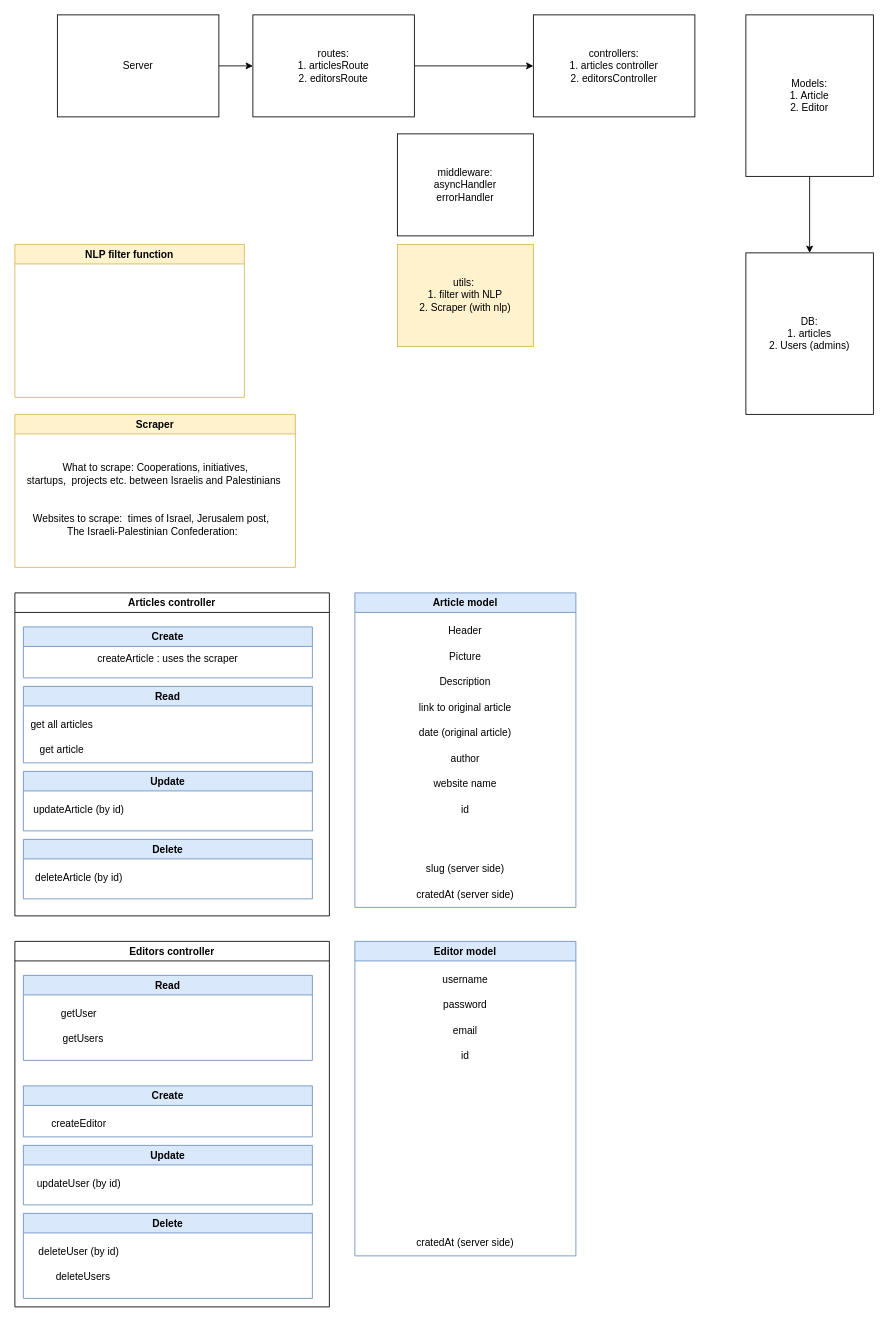
The draw.io diagram server/assets/server-plan.drawio in BasharBakri/Cultural-Hackathon, before the edit. Source tidied: cells renumbered, new cells numbered last; positions are measured from the earlier drawing's top-left corner, leaving out a move shared by most shapes. Both pictures are drawn from the tidied source at 85%, with x=0, y=0 at pixel (14, 14).
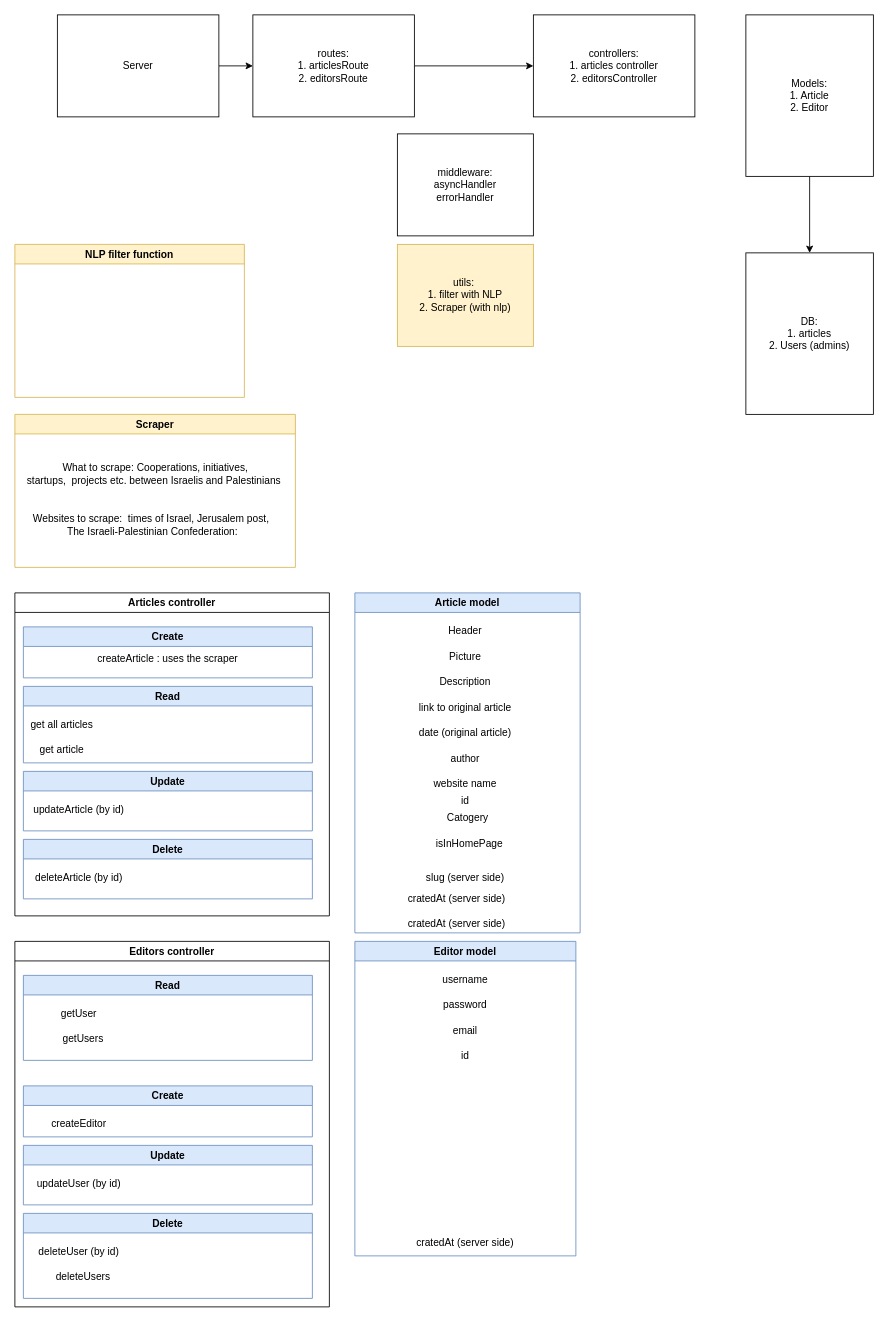
The same diagram, later.

Commit message (it also covers changes not shown here):
Article Schema

The edit, as a diff of the source:
```diff
@@
     <mxCell id="26" value="Article model" style="swimlane;whiteSpace=wrap;html=1;fillColor=#dae8fc;strokeColor=#6c8ebf;" parent="1" vertex="1">
-      <mxGeometry x="400" y="680" width="260" height="370" as="geometry" />
+      <mxGeometry x="400" y="680" width="265" height="400" as="geometry" />
     </mxCell>
@@
     <mxCell id="32" value="cratedAt (server side)" style="text;html=1;strokeColor=none;fillColor=none;align=center;verticalAlign=middle;whiteSpace=wrap;rounded=0;" parent="26" vertex="1">
-      <mxGeometry y="340" width="260" height="30" as="geometry" />
+      <mxGeometry x="-10" y="350" width="260" height="20" as="geometry" />
     </mxCell>
@@
     <mxCell id="35" value="slug (server side)" style="text;html=1;strokeColor=none;fillColor=none;align=center;verticalAlign=middle;whiteSpace=wrap;rounded=0;" parent="26" vertex="1">
-      <mxGeometry y="310" width="260" height="30" as="geometry" />
+      <mxGeometry y="320" width="260" height="30" as="geometry" />
     </mxCell>
     <mxCell id="36" value="id" style="text;html=1;strokeColor=none;fillColor=none;align=center;verticalAlign=middle;whiteSpace=wrap;rounded=0;" parent="26" vertex="1">
-      <mxGeometry y="240" width="260" height="30" as="geometry" />
+      <mxGeometry y="230" width="260" height="30" as="geometry" />
     </mxCell>
+    <mxCell id="54" value="Catogery" style="text;html=1;strokeColor=none;fillColor=none;align=center;verticalAlign=middle;whiteSpace=wrap;rounded=0;" parent="26" vertex="1">
+      <mxGeometry x="2.5" y="250" width="260" height="30" as="geometry" />
+    </mxCell>
+    <mxCell id="55" value="cratedAt (server side)" style="text;html=1;strokeColor=none;fillColor=none;align=center;verticalAlign=middle;whiteSpace=wrap;rounded=0;" parent="26" vertex="1">
+      <mxGeometry x="-10" y="380" width="260" height="20" as="geometry" />
+    </mxCell>
+    <mxCell id="56" value="isInHomePage" style="text;html=1;strokeColor=none;fillColor=none;align=center;verticalAlign=middle;whiteSpace=wrap;rounded=0;" parent="26" vertex="1">
+      <mxGeometry x="5" y="280" width="260" height="30" as="geometry" />
+    </mxCell>
```
